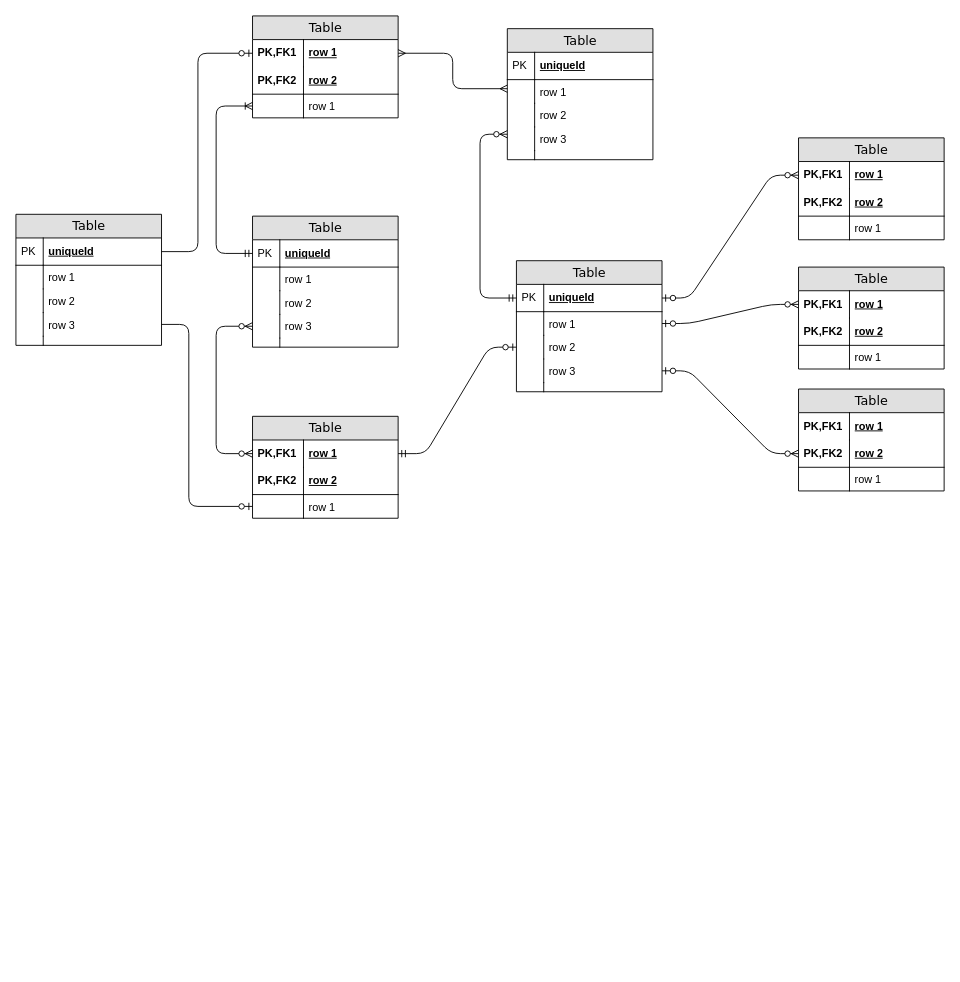
Earlier version of the draw.io diagram IOTManage/CDM.drawio (waterwatermelon/graph). Source tidied: cells renumbered, new cells numbered last; positions are measured from the earlier drawing's top-left corner, leaving out a move shared by most shapes. Both pictures are drawn from the tidied source at 91%, with x=0, y=0 at pixel (15, 15).
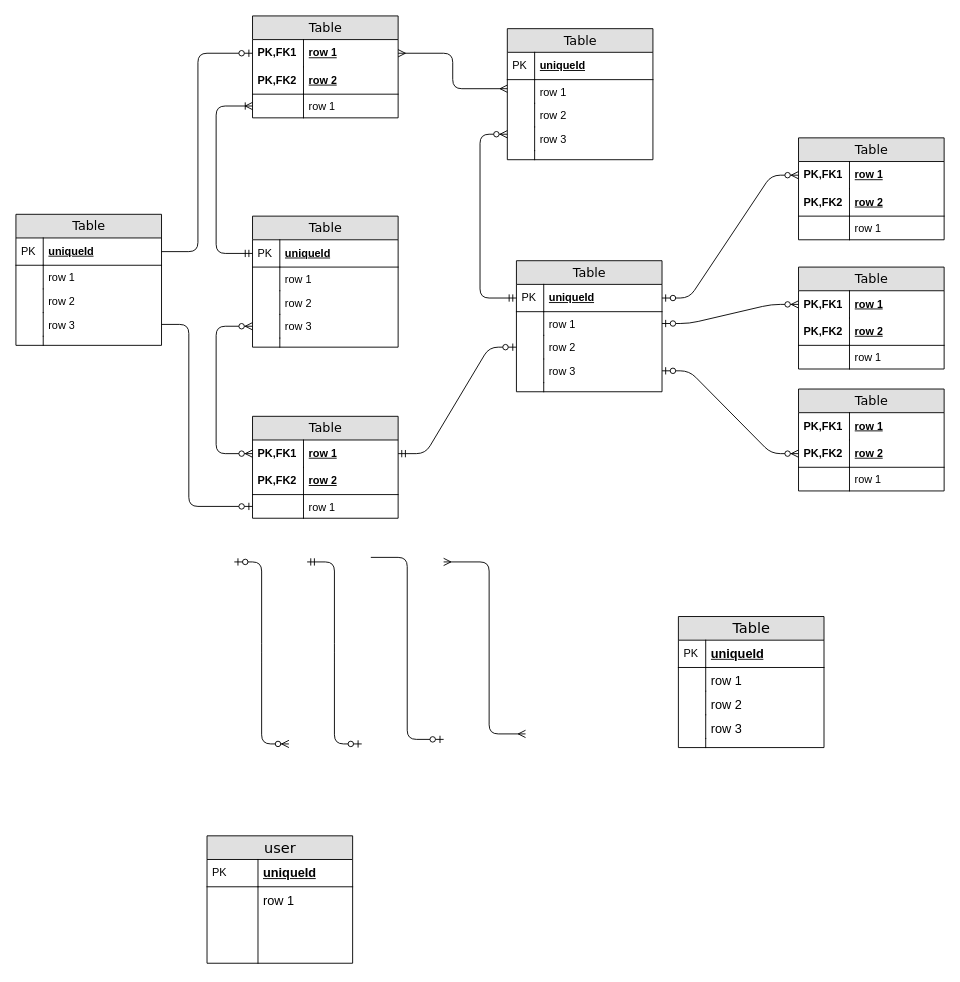
The same page after the edit.

Diff of the diagram source:
```diff
@@
+    <mxCell id="91" value="&lt;font style=&quot;font-size: 16px&quot;&gt;Table&lt;/font&gt;" style="swimlane;html=1;fontStyle=0;horizontal=1;startSize=26;fillColor=#e0e0e0;swimlaneFillColor=#ffffff;align=center;rounded=0;shadow=0;comic=0;labelBackgroundColor=none;strokeColor=#000000;strokeWidth=1;fontFamily=Verdana;fontSize=14;fontColor=#000000;" parent="1" vertex="1">
+      <mxGeometry x="728" y="660" width="160" height="144" as="geometry" />
+    </mxCell>
+    <mxCell id="92" value="&lt;font style=&quot;font-size: 14px&quot;&gt;uniqueId&lt;/font&gt;" style="shape=partialRectangle;top=0;left=0;right=0;bottom=1;html=1;align=left;verticalAlign=middle;fillColor=none;spacingLeft=34;spacingRight=4;whiteSpace=wrap;overflow=hidden;fontStyle=5;" parent="91" vertex="1">
+      <mxGeometry y="26" width="160" height="30" as="geometry" />
+    </mxCell>
+    <mxCell id="93" value="PK" style="shape=partialRectangle;top=0;left=0;bottom=0;html=1;fillColor=none;align=left;verticalAlign=middle;spacingLeft=4;spacingRight=4;whiteSpace=wrap;overflow=hidden;" parent="92" vertex="1">
+      <mxGeometry width="30" height="30" as="geometry" />
+    </mxCell>
+    <mxCell id="94" value="row 1" style="shape=partialRectangle;top=0;left=0;right=0;bottom=0;html=1;align=left;verticalAlign=top;fillColor=none;spacingLeft=34;spacingRight=4;whiteSpace=wrap;overflow=hidden;fontSize=14;" parent="91" vertex="1">
+      <mxGeometry y="56" width="160" height="26" as="geometry" />
+    </mxCell>
+    <mxCell id="95" style="shape=partialRectangle;top=0;left=0;bottom=0;html=1;fillColor=none;align=left;verticalAlign=top;spacingLeft=4;spacingRight=4;whiteSpace=wrap;overflow=hidden;" parent="94" vertex="1">
+      <mxGeometry width="30" height="26" as="geometry" />
+    </mxCell>
+    <mxCell id="96" value="row 2" style="shape=partialRectangle;top=0;left=0;right=0;bottom=0;html=1;align=left;verticalAlign=top;fillColor=none;spacingLeft=34;spacingRight=4;whiteSpace=wrap;overflow=hidden;fontSize=14;" parent="91" vertex="1">
+      <mxGeometry y="82" width="160" height="26" as="geometry" />
+    </mxCell>
+    <mxCell id="97" style="shape=partialRectangle;top=0;left=0;bottom=0;html=1;fillColor=none;align=left;verticalAlign=top;spacingLeft=4;spacingRight=4;whiteSpace=wrap;overflow=hidden;" parent="96" vertex="1">
+      <mxGeometry width="30" height="26" as="geometry" />
+    </mxCell>
+    <mxCell id="98" value="row 3" style="shape=partialRectangle;top=0;left=0;right=0;bottom=0;html=1;align=left;verticalAlign=top;fillColor=none;spacingLeft=34;spacingRight=4;whiteSpace=wrap;overflow=hidden;fontSize=14;" parent="91" vertex="1">
+      <mxGeometry y="108" width="160" height="26" as="geometry" />
+    </mxCell>
+    <mxCell id="99" style="shape=partialRectangle;top=0;left=0;bottom=0;html=1;fillColor=none;align=left;verticalAlign=top;spacingLeft=4;spacingRight=4;whiteSpace=wrap;overflow=hidden;" parent="98" vertex="1">
+      <mxGeometry width="30" height="26" as="geometry" />
+    </mxCell>
+    <mxCell id="100" style="shape=partialRectangle;top=0;left=0;right=0;bottom=0;html=1;align=left;verticalAlign=top;fillColor=none;spacingLeft=34;spacingRight=4;whiteSpace=wrap;overflow=hidden;" parent="91" vertex="1">
+      <mxGeometry y="134" width="160" height="10" as="geometry" />
+    </mxCell>
+    <mxCell id="101" style="shape=partialRectangle;top=0;left=0;bottom=0;html=1;fillColor=none;align=left;verticalAlign=top;spacingLeft=4;spacingRight=4;whiteSpace=wrap;overflow=hidden;" parent="100" vertex="1">
+      <mxGeometry width="30" height="10" as="geometry" />
+    </mxCell>
+    <mxCell id="102" value="&lt;font style=&quot;font-size: 16px&quot;&gt;user&lt;/font&gt;" style="swimlane;html=1;fontStyle=0;horizontal=1;startSize=26;fillColor=#e0e0e0;swimlaneFillColor=#ffffff;align=center;rounded=0;shadow=0;comic=0;labelBackgroundColor=none;strokeColor=#000000;strokeWidth=1;fontFamily=Verdana;fontSize=14;fontColor=#000000;" parent="1" vertex="1">
+      <mxGeometry x="210" y="901" width="160" height="140" as="geometry" />
+    </mxCell>
+    <mxCell id="103" value="uniqueId" style="shape=partialRectangle;top=0;left=0;right=0;bottom=1;html=1;align=left;verticalAlign=middle;fillColor=none;spacingLeft=60;spacingRight=4;whiteSpace=wrap;overflow=hidden;fontStyle=5;fontSize=14;" parent="102" vertex="1">
+      <mxGeometry y="26" width="160" height="30" as="geometry" />
+    </mxCell>
+    <mxCell id="104" value="&lt;span style=&quot;font-weight: 400&quot;&gt;PK&lt;/span&gt;" style="shape=partialRectangle;fontStyle=1;top=0;left=0;bottom=0;html=1;fillColor=none;align=left;verticalAlign=middle;spacingLeft=4;spacingRight=4;whiteSpace=wrap;overflow=hidden;" parent="103" vertex="1">
+      <mxGeometry width="56" height="30" as="geometry" />
+    </mxCell>
+    <mxCell id="105" value="row 1" style="shape=partialRectangle;top=0;left=0;right=0;bottom=0;html=1;align=left;verticalAlign=top;fillColor=none;spacingLeft=60;spacingRight=4;whiteSpace=wrap;overflow=hidden;fontSize=14;" parent="102" vertex="1">
+      <mxGeometry y="56" width="160" height="84" as="geometry" />
+    </mxCell>
+    <mxCell id="106" style="shape=partialRectangle;top=0;left=0;bottom=0;html=1;fillColor=none;align=left;verticalAlign=top;spacingLeft=4;spacingRight=4;whiteSpace=wrap;overflow=hidden;" parent="105" vertex="1">
+      <mxGeometry width="56" height="84" as="geometry" />
+    </mxCell>
+    <mxCell id="107" style="edgeStyle=orthogonalEdgeStyle;html=1;endArrow=ERzeroToOne;endFill=1;labelBackgroundColor=none;fontFamily=Verdana;fontSize=14;exitX=1;exitY=0.5;" parent="1" edge="1">
+      <mxGeometry relative="1" as="geometry">
+        <mxPoint x="390" y="595" as="sourcePoint" />
+        <mxPoint x="470" y="795" as="targetPoint" />
+        <Array as="points">
+          <mxPoint x="430" y="595" />
+          <mxPoint x="430" y="795" />
+        </Array>
+      </mxGeometry>
+    </mxCell>
+    <mxCell id="108" style="edgeStyle=entityRelationEdgeStyle;html=1;endArrow=ERzeroToOne;startArrow=ERmandOne;labelBackgroundColor=none;fontFamily=Verdana;fontSize=14;" parent="1" edge="1">
+      <mxGeometry relative="1" as="geometry">
+        <mxPoint x="320" y="600" as="sourcePoint" />
+        <mxPoint x="380" y="800" as="targetPoint" />
+      </mxGeometry>
+    </mxCell>
+    <mxCell id="109" style="edgeStyle=entityRelationEdgeStyle;html=1;endArrow=ERzeroToMany;startArrow=ERzeroToOne;labelBackgroundColor=none;fontFamily=Verdana;fontSize=14;" parent="1" edge="1">
+      <mxGeometry relative="1" as="geometry">
+        <mxPoint x="240" y="600" as="sourcePoint" />
+        <mxPoint x="300" y="800" as="targetPoint" />
+      </mxGeometry>
+    </mxCell>
+    <mxCell id="110" style="edgeStyle=orthogonalEdgeStyle;html=1;endArrow=ERmany;startArrow=ERmany;labelBackgroundColor=none;fontFamily=Verdana;fontSize=14;" parent="1" edge="1">
+      <mxGeometry relative="1" as="geometry">
+        <mxPoint x="560" y="789" as="sourcePoint" />
+        <mxPoint x="470" y="600" as="targetPoint" />
+        <Array as="points">
+          <mxPoint x="520" y="789" />
+          <mxPoint x="520" y="600" />
+        </Array>
+      </mxGeometry>
+    </mxCell>
```
